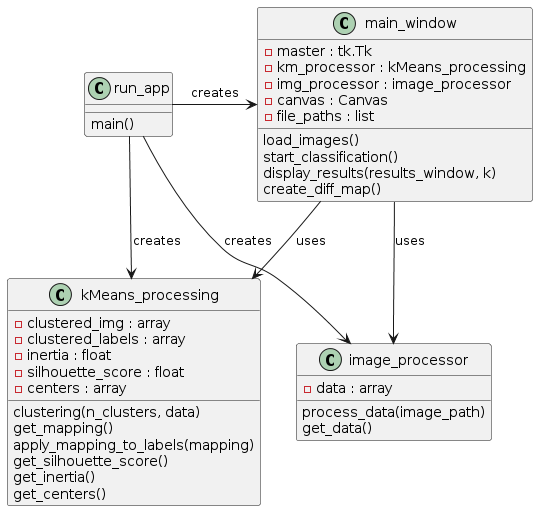
Above: Documents/Final Report/Pictures/UML Diagram.png in AbdullahMKD/SatelliteImagesMachineLearning (PlantUML), before the change.
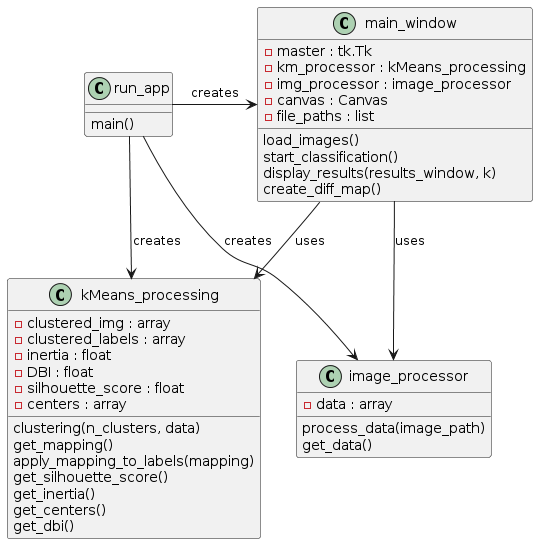
The same file after the commit.

Commit message:
Updated UML diagram

The edit, as a diff of the source:
```diff
@@ -25,6 +25,7 @@
     -clustered_img : array
     -clustered_labels : array
     -inertia : float
+    -DBI : float
     -silhouette_score : float
     -centers : array
     clustering(n_clusters, data)
@@ -33,6 +34,7 @@
     get_silhouette_score()
     get_inertia()
     get_centers()
+    get_dbi()
 }
 
 run_app -> main_window : creates
```
